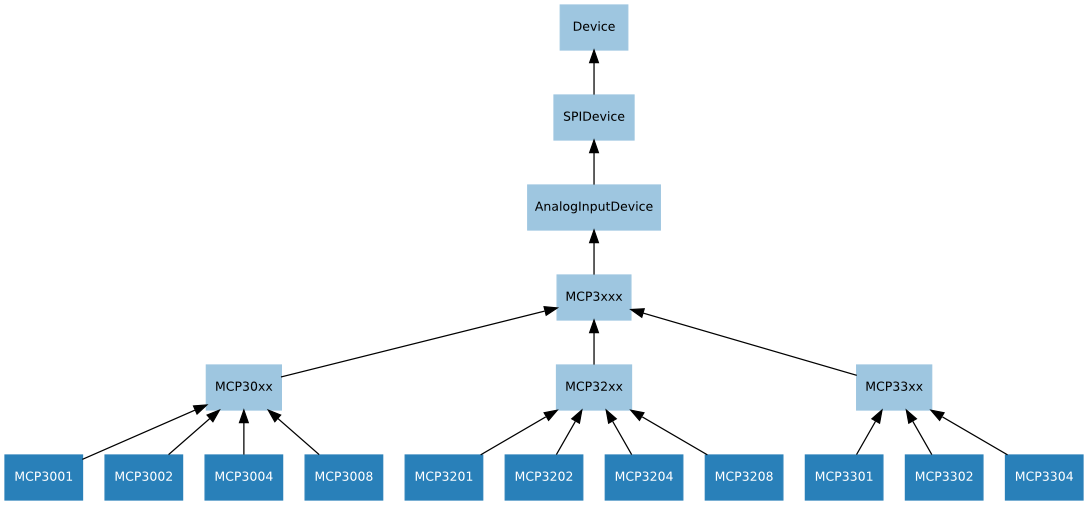
gpiozero/gpiozero keeps this Graphviz diagram as docs/images/spi_device_hierarchy.png. Above is the earlier version. Its source is kept beside it as docs/images/spi_device_hierarchy.dot.
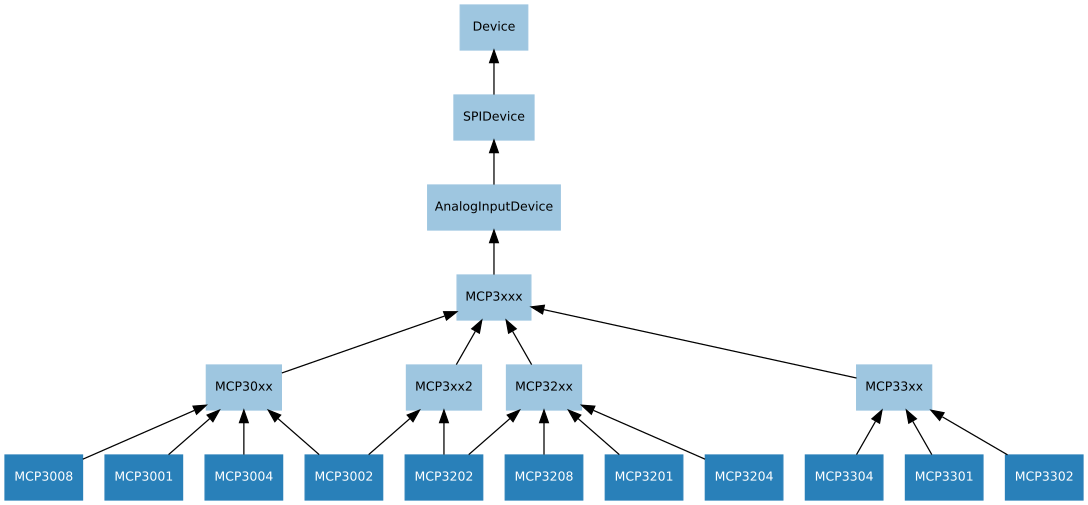
The same file after the commit.

The edit, as a diff of the source:
```diff
@@ -11,6 +11,7 @@
     MCP3xxx;
     MCP30xx;
     MCP32xx;
+    MCP3xx2;
     MCP33xx;
 
     /* Concrete classes */
@@ -21,6 +22,8 @@
     MCP30xx->MCP3xxx;
     MCP32xx->MCP3xxx;
     MCP33xx->MCP3xxx;
+    MCP3xx2->MCP3xxx;
+
     MCP3001->MCP30xx;
     MCP3002->MCP30xx;
     MCP3004->MCP30xx;
@@ -29,6 +32,8 @@
     MCP3202->MCP32xx;
     MCP3204->MCP32xx;
     MCP3208->MCP32xx;
+    MCP3002->MCP3xx2;
+    MCP3202->MCP3xx2;
     MCP3301->MCP33xx;
     MCP3302->MCP33xx;
     MCP3304->MCP33xx;
```
